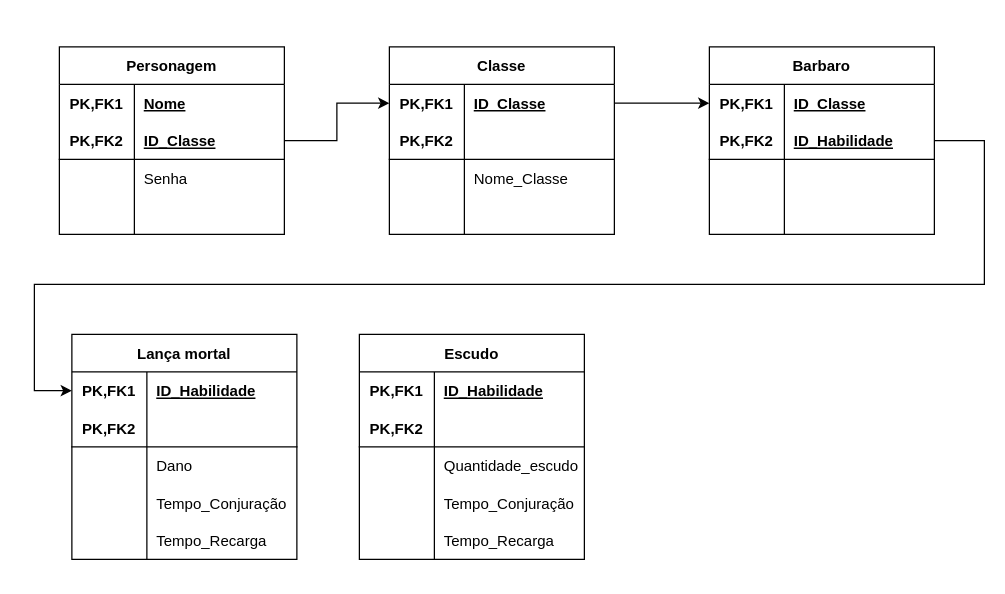
Earlier version of the draw.io diagram rpg.drawio (rickhyh/Diagramas). Source tidied: cells renumbered, new cells numbered last; positions are measured from the earlier drawing's top-left corner, leaving out a move shared by most shapes. Both pictures are drawn from the tidied source at 125%, with x=0, y=0 at pixel (34, 46).
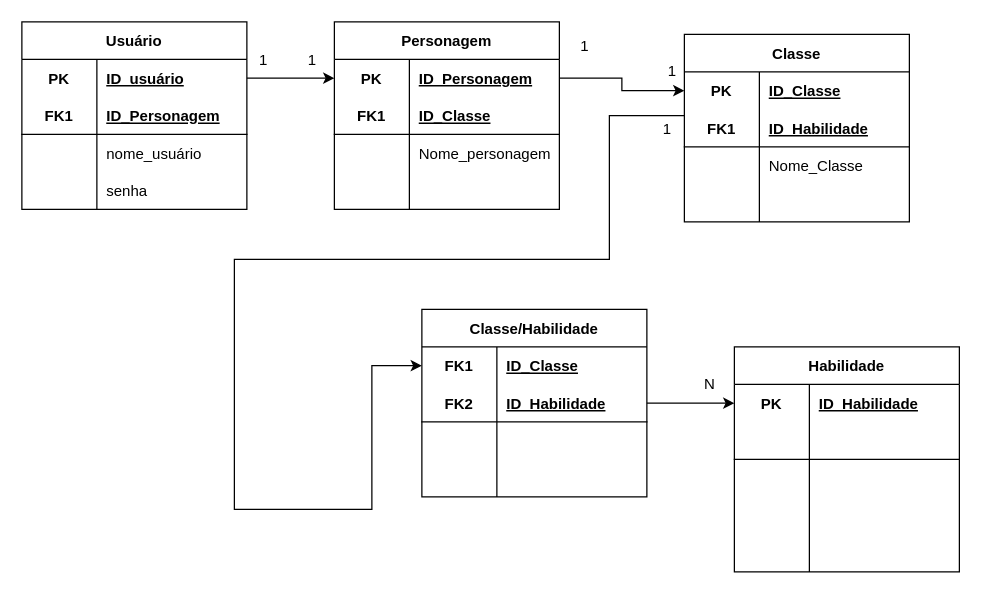
The same diagram, later.

The change refers to these unchanged cells:
```xml
<mxCell id="3" style="shape=tableRow;horizontal=0;startSize=0;swimlaneHead=0;swimlaneBody=0;fillColor=none;points=[[0,0.5],[1,0.5]];portConstraint=eastwest;top=0;left=0;right=0;bottom=0;" parent="2" vertex="1">
  <mxGeometry y="30" width="180" height="30" as="geometry" />
</mxCell>
<mxCell id="6" style="shape=tableRow;horizontal=0;startSize=0;swimlaneHead=0;swimlaneBody=0;fillColor=none;points=[[0,0.5],[1,0.5]];portConstraint=eastwest;top=0;left=0;right=0;bottom=1;" parent="2" vertex="1">
  <mxGeometry y="60" width="180" height="30" as="geometry" />
</mxCell>
<mxCell id="9" style="shape=tableRow;horizontal=0;startSize=0;swimlaneHead=0;swimlaneBody=0;fillColor=none;top=0;left=0;right=0;bottom=0;" parent="2" vertex="1">
  <mxGeometry y="90" width="180" height="30" as="geometry" />
</mxCell>
<mxCell id="16" style="shape=tableRow;horizontal=0;startSize=0;swimlaneHead=0;swimlaneBody=0;fillColor=none;points=[[0,0.5],[1,0.5]];portConstraint=eastwest;top=0;left=0;right=0;bottom=0;" parent="15" vertex="1">
  <mxGeometry y="30" width="180" height="30" as="geometry" />
</mxCell>
<mxCell id="19" style="shape=tableRow;horizontal=0;startSize=0;swimlaneHead=0;swimlaneBody=0;fillColor=none;points=[[0,0.5],[1,0.5]];portConstraint=eastwest;top=0;left=0;right=0;bottom=1;" parent="15" vertex="1">
  <mxGeometry y="60" width="180" height="30" as="geometry" />
</mxCell>
<mxCell id="30" style="shape=tableRow;horizontal=0;startSize=0;swimlaneHead=0;swimlaneBody=0;fillColor=none;points=[[0,0.5],[1,0.5]];portConstraint=eastwest;top=0;left=0;right=0;bottom=0;" parent="29" vertex="1">
  <mxGeometry y="30" width="180" height="30" as="geometry" />
</mxCell>
<mxCell id="33" style="shape=tableRow;horizontal=0;startSize=0;swimlaneHead=0;swimlaneBody=0;fillColor=none;points=[[0,0.5],[1,0.5]];portConstraint=eastwest;top=0;left=0;right=0;bottom=1;" parent="29" vertex="1">
  <mxGeometry y="60" width="180" height="30" as="geometry" />
</mxCell>
<mxCell id="36" style="shape=tableRow;horizontal=0;startSize=0;swimlaneHead=0;swimlaneBody=0;fillColor=none;top=0;left=0;right=0;bottom=0;" parent="29" vertex="1">
  <mxGeometry y="90" width="180" height="30" as="geometry" />
</mxCell>
<mxCell id="39" style="shape=tableRow;horizontal=0;startSize=0;swimlaneHead=0;swimlaneBody=0;fillColor=none;top=0;left=0;right=0;bottom=0;" parent="29" vertex="1">
  <mxGeometry y="120" width="180" height="30" as="geometry" />
</mxCell>
<mxCell id="44" style="shape=tableRow;horizontal=0;startSize=0;swimlaneHead=0;swimlaneBody=0;fillColor=none;points=[[0,0.5],[1,0.5]];portConstraint=eastwest;top=0;left=0;right=0;bottom=0;" parent="43" vertex="1">
  <mxGeometry y="30" width="180" height="30" as="geometry" />
</mxCell>
<mxCell id="47" style="shape=tableRow;horizontal=0;startSize=0;swimlaneHead=0;swimlaneBody=0;fillColor=none;top=0;left=0;right=0;bottom=1;" parent="43" vertex="1">
  <mxGeometry y="60" width="180" height="30" as="geometry" />
</mxCell>
<mxCell id="50" style="shape=tableRow;horizontal=0;startSize=0;swimlaneHead=0;swimlaneBody=0;fillColor=none;top=0;left=0;right=0;bottom=0;" parent="43" vertex="1">
  <mxGeometry y="90" width="180" height="30" as="geometry" />
</mxCell>
<mxCell id="53" style="shape=tableRow;horizontal=0;startSize=0;swimlaneHead=0;swimlaneBody=0;fillColor=none;top=0;left=0;right=0;bottom=0;" parent="43" vertex="1">
  <mxGeometry y="120" width="180" height="30" as="geometry" />
</mxCell>
<mxCell id="56" style="shape=tableRow;horizontal=0;startSize=0;swimlaneHead=0;swimlaneBody=0;fillColor=none;top=0;left=0;right=0;bottom=0;" parent="43" vertex="1">
  <mxGeometry y="150" width="180" height="30" as="geometry" />
</mxCell>
```

Diff of the diagram source:
```diff
@@
     <mxCell id="2" value="Personagem" style="shape=table;startSize=30;childLayout=tableLayout;rowLines=0;fontStyle=1;align=center;" parent="1" vertex="1">
-      <mxGeometry x="20" width="180" height="150" as="geometry" />
+      <mxGeometry x="240" y="-20" width="180" height="150" as="geometry" />
     </mxCell>
@@
-    <mxCell id="4" value="PK,FK1" style="shape=partialRectangle;fillColor=none;top=0;left=0;bottom=0;right=0;fontStyle=1;overflow=hidden;" parent="3" vertex="1">
+    <mxCell id="4" value="PK" style="shape=partialRectangle;fillColor=none;top=0;left=0;bottom=0;right=0;fontStyle=1;overflow=hidden;" parent="3" vertex="1">
       <mxGeometry width="60" height="30" as="geometry" />
     </mxCell>
-    <mxCell id="5" value="Nome" style="shape=partialRectangle;fillColor=none;top=0;left=0;bottom=0;right=0;align=left;spacingLeft=6;fontStyle=5;overflow=hidden;" parent="3" vertex="1">
+    <mxCell id="5" value="ID_Personagem" style="shape=partialRectangle;fillColor=none;top=0;left=0;bottom=0;right=0;align=left;spacingLeft=6;fontStyle=5;overflow=hidden;" parent="3" vertex="1">
       <mxGeometry x="60" width="120" height="30" as="geometry" />
     </mxCell>
@@
-    <mxCell id="7" value="PK,FK2" style="shape=partialRectangle;fillColor=none;top=0;left=0;bottom=0;right=0;fontStyle=1;overflow=hidden;" parent="6" vertex="1">
+    <mxCell id="7" value="FK1" style="shape=partialRectangle;fillColor=none;top=0;left=0;bottom=0;right=0;fontStyle=1;overflow=hidden;" parent="6" vertex="1">
       <mxGeometry width="60" height="30" as="geometry" />
     </mxCell>
@@
-    <mxCell id="11" value="Senha" style="shape=partialRectangle;fillColor=none;top=0;left=0;bottom=0;right=0;align=left;spacingLeft=6;overflow=hidden;" parent="9" vertex="1">
+    <mxCell id="11" value="Nome_personagem" style="shape=partialRectangle;fillColor=none;top=0;left=0;bottom=0;right=0;align=left;spacingLeft=6;overflow=hidden;" parent="9" vertex="1">
       <mxGeometry x="60" width="120" height="30" as="geometry" />
     </mxCell>
@@
     <mxCell id="15" value="Classe" style="shape=table;startSize=30;childLayout=tableLayout;rowLines=0;fontStyle=1;align=center;" parent="1" vertex="1">
-      <mxGeometry x="284" width="180" height="150" as="geometry" />
+      <mxGeometry x="520" y="-10" width="180" height="150" as="geometry" />
     </mxCell>
@@
-    <mxCell id="17" value="PK,FK1" style="shape=partialRectangle;fillColor=none;top=0;left=0;bottom=0;right=0;fontStyle=1;overflow=hidden;" parent="16" vertex="1">
+    <mxCell id="17" value="PK" style="shape=partialRectangle;fillColor=none;top=0;left=0;bottom=0;right=0;fontStyle=1;overflow=hidden;" parent="16" vertex="1">
       <mxGeometry width="60" height="30" as="geometry" />
     </mxCell>
@@
-    <mxCell id="20" value="PK,FK2" style="shape=partialRectangle;fillColor=none;top=0;left=0;bottom=0;right=0;fontStyle=1;overflow=hidden;" parent="19" vertex="1">
+    <mxCell id="20" value="FK1" style="shape=partialRectangle;fillColor=none;top=0;left=0;bottom=0;right=0;fontStyle=1;overflow=hidden;" parent="19" vertex="1">
       <mxGeometry width="60" height="30" as="geometry" />
     </mxCell>
-    <mxCell id="21" style="shape=partialRectangle;fillColor=none;top=0;left=0;bottom=0;right=0;align=left;spacingLeft=6;fontStyle=5;overflow=hidden;" parent="19" vertex="1">
+    <mxCell id="21" value="ID_Habilidade" style="shape=partialRectangle;fillColor=none;top=0;left=0;bottom=0;right=0;align=left;spacingLeft=6;fontStyle=5;overflow=hidden;" parent="19" vertex="1">
       <mxGeometry x="60" width="120" height="30" as="geometry" />
     </mxCell>
@@
-    <mxCell id="28" style="edgeStyle=orthogonalEdgeStyle;rounded=0;jettySize=auto;html=1;entryX=0;entryY=0.5;entryDx=0;entryDy=0;" parent="1" edge="1" source="6" target="16">
-      <mxGeometry relative="1" as="geometry" />
-    </mxCell>
-    <mxCell id="29" value="Barbaro" style="shape=table;startSize=30;childLayout=tableLayout;rowLines=0;fontStyle=1;align=center;" parent="1" vertex="1">
-      <mxGeometry x="540" width="180" height="150" as="geometry" />
+    <mxCell id="29" value="Usuário" style="shape=table;startSize=30;childLayout=tableLayout;rowLines=0;fontStyle=1;align=center;" parent="1" vertex="1">
+      <mxGeometry x="-10" y="-20" width="180" height="150" as="geometry" />
     </mxCell>
@@
-    <mxCell id="31" value="PK,FK1" style="shape=partialRectangle;fillColor=none;top=0;left=0;bottom=0;right=0;fontStyle=1;overflow=hidden;" parent="30" vertex="1">
+    <mxCell id="31" value="PK" style="shape=partialRectangle;fillColor=none;top=0;left=0;bottom=0;right=0;fontStyle=1;overflow=hidden;" parent="30" vertex="1">
       <mxGeometry width="60" height="30" as="geometry" />
     </mxCell>
-    <mxCell id="32" value="ID_Classe" style="shape=partialRectangle;fillColor=none;top=0;left=0;bottom=0;right=0;align=left;spacingLeft=6;fontStyle=5;overflow=hidden;" parent="30" vertex="1">
+    <mxCell id="32" value="ID_usuário" style="shape=partialRectangle;fillColor=none;top=0;left=0;bottom=0;right=0;align=left;spacingLeft=6;fontStyle=5;overflow=hidden;" parent="30" vertex="1">
       <mxGeometry x="60" width="120" height="30" as="geometry" />
     </mxCell>
@@
-    <mxCell id="34" value="PK,FK2" style="shape=partialRectangle;fillColor=none;top=0;left=0;bottom=0;right=0;fontStyle=1;overflow=hidden;" parent="33" vertex="1">
+    <mxCell id="34" value="FK1" style="shape=partialRectangle;fillColor=none;top=0;left=0;bottom=0;right=0;fontStyle=1;overflow=hidden;" parent="33" vertex="1">
       <mxGeometry width="60" height="30" as="geometry" />
     </mxCell>
-    <mxCell id="35" value="ID_Habilidade" style="shape=partialRectangle;fillColor=none;top=0;left=0;bottom=0;right=0;align=left;spacingLeft=6;fontStyle=5;overflow=hidden;" parent="33" vertex="1">
+    <mxCell id="35" value="ID_Personagem" style="shape=partialRectangle;fillColor=none;top=0;left=0;bottom=0;right=0;align=left;spacingLeft=6;fontStyle=5;overflow=hidden;" parent="33" vertex="1">
       <mxGeometry x="60" width="120" height="30" as="geometry" />
     </mxCell>
@@
-    <mxCell id="38" style="shape=partialRectangle;fillColor=none;top=0;left=0;bottom=0;right=0;align=left;spacingLeft=6;overflow=hidden;" parent="36" vertex="1">
+    <mxCell id="38" value="nome_usuário" style="shape=partialRectangle;fillColor=none;top=0;left=0;bottom=0;right=0;align=left;spacingLeft=6;overflow=hidden;" parent="36" vertex="1">
       <mxGeometry x="60" width="120" height="30" as="geometry" />
     </mxCell>
@@
-    <mxCell id="41" style="shape=partialRectangle;fillColor=none;top=0;left=0;bottom=0;right=0;align=left;spacingLeft=6;overflow=hidden;" parent="39" vertex="1">
+    <mxCell id="41" value="senha" style="shape=partialRectangle;fillColor=none;top=0;left=0;bottom=0;right=0;align=left;spacingLeft=6;overflow=hidden;" parent="39" vertex="1">
       <mxGeometry x="60" width="120" height="30" as="geometry" />
     </mxCell>
-    <mxCell id="42" style="edgeStyle=orthogonalEdgeStyle;rounded=0;jettySize=auto;html=1;exitX=1;exitY=0.5;exitDx=0;exitDy=0;entryX=0;entryY=0.5;entryDx=0;entryDy=0;" parent="1" edge="1" source="16" target="30">
-      <mxGeometry relative="1" as="geometry" />
-    </mxCell>
-    <mxCell id="43" value="Lança mortal" style="shape=table;startSize=30;childLayout=tableLayout;rowLines=0;fontStyle=1;align=center;" parent="1" vertex="1">
-      <mxGeometry x="30" y="230" width="180" height="180" as="geometry" />
+    <mxCell id="43" value="Habilidade" style="shape=table;startSize=30;childLayout=tableLayout;rowLines=0;fontStyle=1;align=center;" parent="1" vertex="1">
+      <mxGeometry x="560" y="240" width="180" height="180" as="geometry" />
     </mxCell>
@@
-    <mxCell id="45" value="PK,FK1" style="shape=partialRectangle;fillColor=none;top=0;left=0;bottom=0;right=0;fontStyle=1;overflow=hidden;" parent="44" vertex="1">
+    <mxCell id="45" value="PK" style="shape=partialRectangle;fillColor=none;top=0;left=0;bottom=0;right=0;fontStyle=1;overflow=hidden;" parent="44" vertex="1">
       <mxGeometry width="60" height="30" as="geometry" />
     </mxCell>
@@
-    <mxCell id="48" value="PK,FK2" style="shape=partialRectangle;fillColor=none;top=0;left=0;bottom=0;right=0;fontStyle=1;overflow=hidden;" parent="47" vertex="1">
+    <mxCell id="48" style="shape=partialRectangle;fillColor=none;top=0;left=0;bottom=0;right=0;fontStyle=1;overflow=hidden;" parent="47" vertex="1">
       <mxGeometry width="60" height="30" as="geometry" />
     </mxCell>
@@
-    <mxCell id="52" value="Dano" style="shape=partialRectangle;fillColor=none;top=0;left=0;bottom=0;right=0;align=left;spacingLeft=6;overflow=hidden;" parent="50" vertex="1">
+    <mxCell id="52" style="shape=partialRectangle;fillColor=none;top=0;left=0;bottom=0;right=0;align=left;spacingLeft=6;overflow=hidden;" parent="50" vertex="1">
       <mxGeometry x="60" width="120" height="30" as="geometry" />
     </mxCell>
@@
-    <mxCell id="55" value="Tempo_Conjuração" style="shape=partialRectangle;fillColor=none;top=0;left=0;bottom=0;right=0;align=left;spacingLeft=6;overflow=hidden;" parent="53" vertex="1">
+    <mxCell id="55" style="shape=partialRectangle;fillColor=none;top=0;left=0;bottom=0;right=0;align=left;spacingLeft=6;overflow=hidden;" parent="53" vertex="1">
       <mxGeometry x="60" width="120" height="30" as="geometry" />
     </mxCell>
@@
-    <mxCell id="58" value="Tempo_Recarga" style="shape=partialRectangle;fillColor=none;top=0;left=0;bottom=0;right=0;align=left;spacingLeft=6;overflow=hidden;" parent="56" vertex="1">
+    <mxCell id="58" style="shape=partialRectangle;fillColor=none;top=0;left=0;bottom=0;right=0;align=left;spacingLeft=6;overflow=hidden;" parent="56" vertex="1">
       <mxGeometry x="60" width="120" height="30" as="geometry" />
     </mxCell>
-    <mxCell id="59" style="edgeStyle=orthogonalEdgeStyle;rounded=0;jettySize=auto;html=1;entryX=0;entryY=0.5;entryDx=0;entryDy=0;" parent="1" edge="1" source="33" target="44">
-      <mxGeometry relative="1" as="geometry">
-        <Array as="points">
-          <mxPoint x="760" y="75" />
-          <mxPoint x="760" y="190" />
-          <mxPoint y="190" />
-          <mxPoint y="275" />
-        </Array>
-      </mxGeometry>
-    </mxCell>
-    <mxCell id="60" value="Escudo" style="shape=table;startSize=30;childLayout=tableLayout;rowLines=0;fontStyle=1;align=center;" parent="1" vertex="1">
-      <mxGeometry x="260" y="230" width="180" height="180" as="geometry" />
-    </mxCell>
+    <mxCell id="76" style="edgeStyle=orthogonalEdgeStyle;rounded=0;jettySize=auto;html=1;entryX=0;entryY=0.5;entryDx=0;entryDy=0;" parent="1" edge="1" source="30" target="3">
+      <mxGeometry relative="1" as="geometry" />
+    </mxCell>
+    <mxCell id="77" style="edgeStyle=orthogonalEdgeStyle;rounded=0;jettySize=auto;html=1;entryX=0;entryY=0.5;entryDx=0;entryDy=0;" parent="1" edge="1" source="3" target="16">
+      <mxGeometry relative="1" as="geometry" />
+    </mxCell>
+    <mxCell id="78" value="Classe/Habilidade" style="shape=table;startSize=30;childLayout=tableLayout;rowLines=0;fontStyle=1;align=center;" parent="1" vertex="1">
+      <mxGeometry x="310" y="210" width="180" height="150" as="geometry" />
+    </mxCell>
-    <mxCell id="61" style="shape=tableRow;horizontal=0;startSize=0;swimlaneHead=0;swimlaneBody=0;fillColor=none;points=[[0,0.5],[1,0.5]];portConstraint=eastwest;top=0;left=0;right=0;bottom=0;" parent="60" vertex="1">
+    <mxCell id="61" style="shape=tableRow;horizontal=0;startSize=0;swimlaneHead=0;swimlaneBody=0;fillColor=none;points=[[0,0.5],[1,0.5]];portConstraint=eastwest;top=0;left=0;right=0;bottom=0;" parent="78" vertex="1">
       <mxGeometry y="30" width="180" height="30" as="geometry" />
     </mxCell>
-    <mxCell id="62" value="PK,FK1" style="shape=partialRectangle;fillColor=none;top=0;left=0;bottom=0;right=0;fontStyle=1;overflow=hidden;" parent="61" vertex="1">
-      <mxGeometry width="60" height="30" as="geometry" />
-    </mxCell>
+    <mxCell id="79" value="FK1" style="shape=partialRectangle;fillColor=none;top=0;left=0;bottom=0;right=0;fontStyle=1;overflow=hidden;" parent="61" vertex="1">
+      <mxGeometry width="60" height="30" as="geometry" />
+    </mxCell>
+    <mxCell id="80" value="ID_Classe" style="shape=partialRectangle;fillColor=none;top=0;left=0;bottom=0;right=0;align=left;spacingLeft=6;fontStyle=5;overflow=hidden;" parent="61" vertex="1">
+      <mxGeometry x="60" width="120" height="30" as="geometry" />
+    </mxCell>
+    <mxCell id="64" style="shape=tableRow;horizontal=0;startSize=0;swimlaneHead=0;swimlaneBody=0;fillColor=none;points=[[0,0.5],[1,0.5]];portConstraint=eastwest;top=0;left=0;right=0;bottom=1;" parent="78" vertex="1">
+      <mxGeometry y="60" width="180" height="30" as="geometry" />
+    </mxCell>
+    <mxCell id="81" value="FK2" style="shape=partialRectangle;fillColor=none;top=0;left=0;bottom=0;right=0;fontStyle=1;overflow=hidden;" parent="64" vertex="1">
+      <mxGeometry width="60" height="30" as="geometry" />
+    </mxCell>
-    <mxCell id="63" value="ID_Habilidade" style="shape=partialRectangle;fillColor=none;top=0;left=0;bottom=0;right=0;align=left;spacingLeft=6;fontStyle=5;overflow=hidden;" parent="61" vertex="1">
+    <mxCell id="63" value="ID_Habilidade" style="shape=partialRectangle;fillColor=none;top=0;left=0;bottom=0;right=0;align=left;spacingLeft=6;fontStyle=5;overflow=hidden;" parent="64" vertex="1">
       <mxGeometry x="60" width="120" height="30" as="geometry" />
     </mxCell>
-    <mxCell id="64" style="shape=tableRow;horizontal=0;startSize=0;swimlaneHead=0;swimlaneBody=0;fillColor=none;points=[[0,0.5],[1,0.5]];portConstraint=eastwest;top=0;left=0;right=0;bottom=1;" parent="60" vertex="1">
-      <mxGeometry y="60" width="180" height="30" as="geometry" />
-    </mxCell>
-    <mxCell id="65" value="PK,FK2" style="shape=partialRectangle;fillColor=none;top=0;left=0;bottom=0;right=0;fontStyle=1;overflow=hidden;" parent="64" vertex="1">
-      <mxGeometry width="60" height="30" as="geometry" />
-    </mxCell>
-    <mxCell id="66" style="shape=partialRectangle;fillColor=none;top=0;left=0;bottom=0;right=0;align=left;spacingLeft=6;fontStyle=5;overflow=hidden;" parent="64" vertex="1">
-      <mxGeometry x="60" width="120" height="30" as="geometry" />
-    </mxCell>
-    <mxCell id="67" style="shape=tableRow;horizontal=0;startSize=0;swimlaneHead=0;swimlaneBody=0;fillColor=none;top=0;left=0;right=0;bottom=0;" parent="60" vertex="1">
+    <mxCell id="67" style="shape=tableRow;horizontal=0;startSize=0;swimlaneHead=0;swimlaneBody=0;fillColor=none;top=0;left=0;right=0;bottom=0;" parent="78" vertex="1">
       <mxGeometry y="90" width="180" height="30" as="geometry" />
     </mxCell>
-    <mxCell id="68" style="shape=partialRectangle;fillColor=none;top=0;left=0;bottom=0;right=0;overflow=hidden;" parent="67" vertex="1">
-      <mxGeometry width="60" height="30" as="geometry" />
-    </mxCell>
-    <mxCell id="69" value="Quantidade_escudo" style="shape=partialRectangle;fillColor=none;top=0;left=0;bottom=0;right=0;align=left;spacingLeft=6;overflow=hidden;" parent="67" vertex="1">
-      <mxGeometry x="60" width="120" height="30" as="geometry" />
-    </mxCell>
+    <mxCell id="82" style="shape=partialRectangle;fillColor=none;top=0;left=0;bottom=0;right=0;overflow=hidden;" parent="67" vertex="1">
+      <mxGeometry width="60" height="30" as="geometry" />
+    </mxCell>
+    <mxCell id="83" style="shape=partialRectangle;fillColor=none;top=0;left=0;bottom=0;right=0;align=left;spacingLeft=6;overflow=hidden;" parent="67" vertex="1">
+      <mxGeometry x="60" width="120" height="30" as="geometry" />
+    </mxCell>
-    <mxCell id="70" style="shape=tableRow;horizontal=0;startSize=0;swimlaneHead=0;swimlaneBody=0;fillColor=none;top=0;left=0;right=0;bottom=0;" parent="60" vertex="1">
+    <mxCell id="70" style="shape=tableRow;horizontal=0;startSize=0;swimlaneHead=0;swimlaneBody=0;fillColor=none;top=0;left=0;right=0;bottom=0;" parent="78" vertex="1">
       <mxGeometry y="120" width="180" height="30" as="geometry" />
     </mxCell>
-    <mxCell id="71" style="shape=partialRectangle;fillColor=none;top=0;left=0;bottom=0;right=0;overflow=hidden;" parent="70" vertex="1">
-      <mxGeometry width="60" height="30" as="geometry" />
-    </mxCell>
-    <mxCell id="72" value="Tempo_Conjuração" style="shape=partialRectangle;fillColor=none;top=0;left=0;bottom=0;right=0;align=left;spacingLeft=6;overflow=hidden;" parent="70" vertex="1">
-      <mxGeometry x="60" width="120" height="30" as="geometry" />
-    </mxCell>
-    <mxCell id="73" style="shape=tableRow;horizontal=0;startSize=0;swimlaneHead=0;swimlaneBody=0;fillColor=none;top=0;left=0;right=0;bottom=0;" parent="60" vertex="1">
-      <mxGeometry y="150" width="180" height="30" as="geometry" />
-    </mxCell>
-    <mxCell id="74" style="shape=partialRectangle;fillColor=none;top=0;left=0;bottom=0;right=0;overflow=hidden;" parent="73" vertex="1">
-      <mxGeometry width="60" height="30" as="geometry" />
-    </mxCell>
-    <mxCell id="75" value="Tempo_Recarga" style="shape=partialRectangle;fillColor=none;top=0;left=0;bottom=0;right=0;align=left;spacingLeft=6;overflow=hidden;" parent="73" vertex="1">
-      <mxGeometry x="60" width="120" height="30" as="geometry" />
-    </mxCell>
+    <mxCell id="84" style="shape=partialRectangle;fillColor=none;top=0;left=0;bottom=0;right=0;overflow=hidden;" parent="70" vertex="1">
+      <mxGeometry width="60" height="30" as="geometry" />
+    </mxCell>
+    <mxCell id="85" style="shape=partialRectangle;fillColor=none;top=0;left=0;bottom=0;right=0;align=left;spacingLeft=6;overflow=hidden;" parent="70" vertex="1">
+      <mxGeometry x="60" width="120" height="30" as="geometry" />
+    </mxCell>
+    <mxCell id="86" style="edgeStyle=orthogonalEdgeStyle;rounded=0;jettySize=auto;html=1;entryX=0;entryY=0.5;entryDx=0;entryDy=0;" parent="1" edge="1" source="19" target="61">
+      <mxGeometry relative="1" as="geometry">
+        <Array as="points">
+          <mxPoint x="460" y="55" />
+          <mxPoint x="460" y="170" />
+          <mxPoint x="160" y="170" />
+          <mxPoint x="160" y="370" />
+          <mxPoint x="270" y="370" />
+        </Array>
+      </mxGeometry>
+    </mxCell>
+    <mxCell id="87" style="edgeStyle=orthogonalEdgeStyle;rounded=0;jettySize=auto;html=1;entryX=0;entryY=0.5;entryDx=0;entryDy=0;" parent="1" edge="1" source="64" target="44">
+      <mxGeometry relative="1" as="geometry" />
+    </mxCell>
+    <mxCell id="88" value="1" style="text;html=1;align=center;verticalAlign=middle;strokeColor=none;fillColor=none;" parent="1" vertex="1">
+      <mxGeometry x="173" y="1" width="20" height="20" as="geometry" />
+    </mxCell>
+    <mxCell id="89" value="1" style="text;html=1;align=center;verticalAlign=middle;strokeColor=none;fillColor=none;" parent="1" vertex="1">
+      <mxGeometry x="212" y="1" width="20" height="20" as="geometry" />
+    </mxCell>
+    <mxCell id="90" value="1" style="text;html=1;align=center;verticalAlign=middle;strokeColor=none;fillColor=none;" parent="1" vertex="1">
+      <mxGeometry x="430" y="-10" width="20" height="20" as="geometry" />
+    </mxCell>
+    <mxCell id="91" value="1" style="text;html=1;align=center;verticalAlign=middle;strokeColor=none;fillColor=none;" parent="1" vertex="1">
+      <mxGeometry x="500" y="10" width="20" height="20" as="geometry" />
+    </mxCell>
+    <mxCell id="92" value="N" style="text;html=1;align=center;verticalAlign=middle;strokeColor=none;fillColor=none;" parent="1" vertex="1">
+      <mxGeometry x="530" y="260" width="20" height="20" as="geometry" />
+    </mxCell>
+    <mxCell id="93" value="1" style="text;html=1;align=center;verticalAlign=middle;strokeColor=none;fillColor=none;" parent="1" vertex="1">
+      <mxGeometry x="496" y="56" width="20" height="20" as="geometry" />
+    </mxCell>
```
